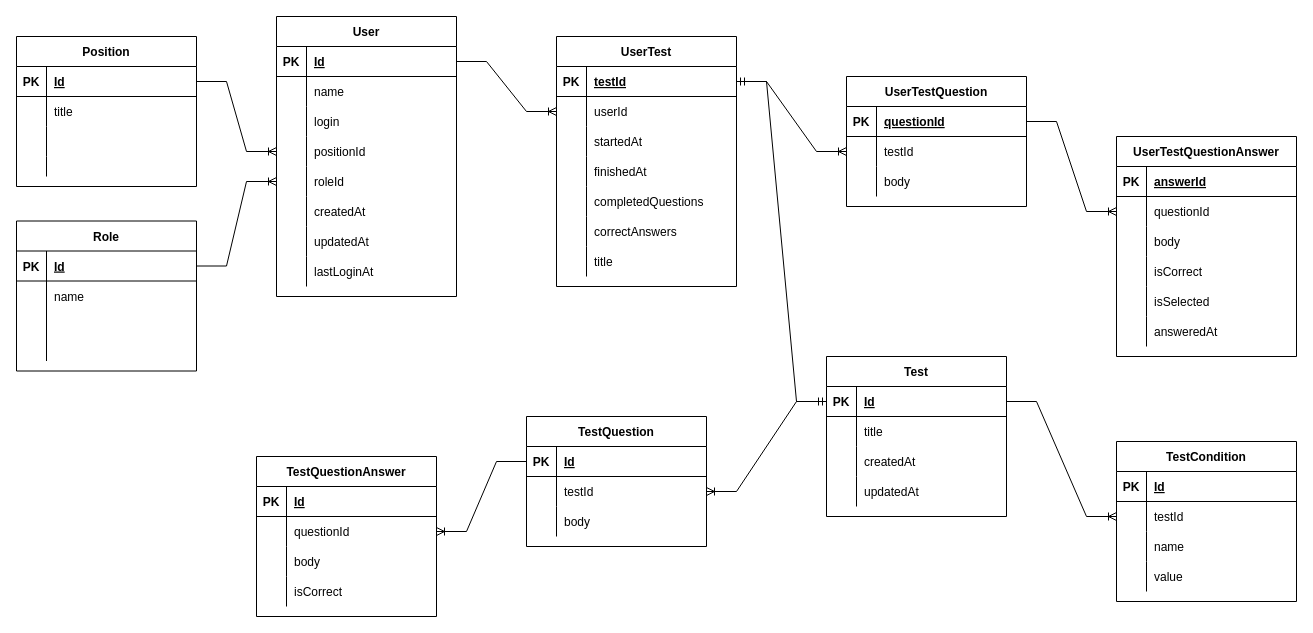
This is docs/database-scheme_v2.drawio from aleksey-pavlov/employee-testing-app, a draw.io file, before an edit. Source tidied: cells renumbered, new cells numbered last; positions are measured from the earlier drawing's top-left corner, leaving out a move shared by most shapes. Both pictures are drawn from the tidied source at 100%, with x=0, y=0 at pixel (16, 16).
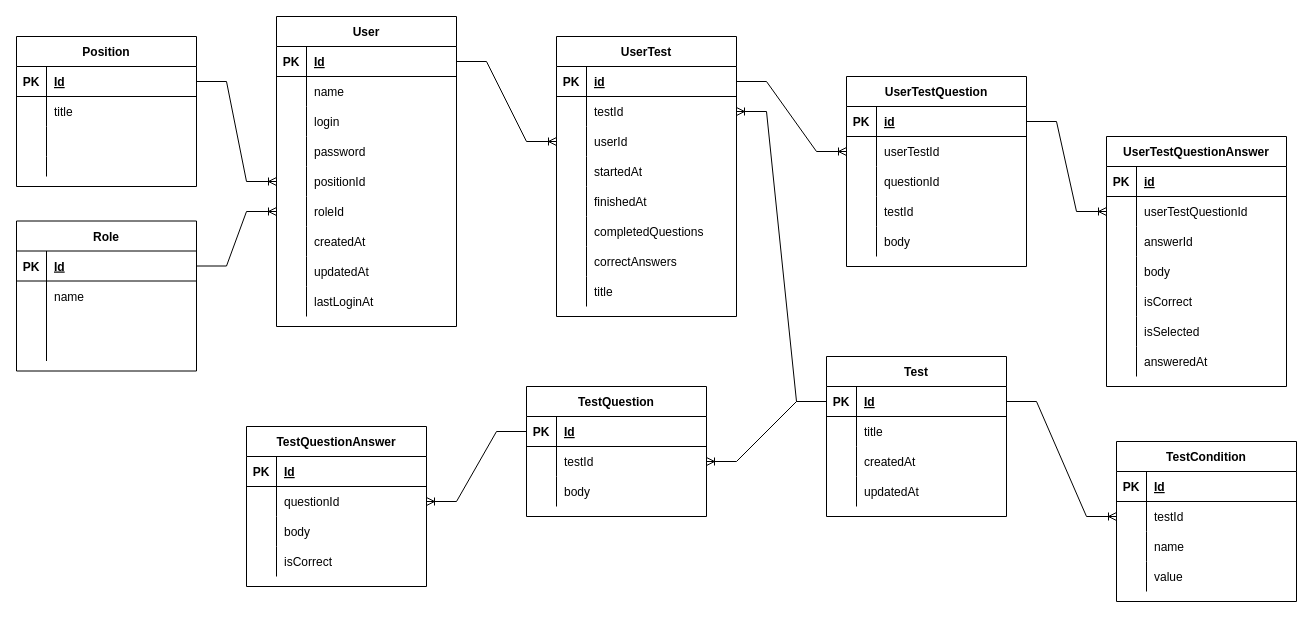
The same page after the edit.

Unchanged cells that the change refers to:
```xml
<mxCell id="56" style="shape=tableRow;horizontal=0;startSize=0;swimlaneHead=0;swimlaneBody=0;fillColor=none;points=[[0,0.5],[1,0.5]];portConstraint=eastwest;top=0;left=0;right=0;bottom=1;" parent="55" vertex="1">
  <mxGeometry y="30" width="180" height="30" as="geometry" />
</mxCell>
<mxCell id="108" style="shape=tableRow;horizontal=0;startSize=0;swimlaneHead=0;swimlaneBody=0;fillColor=none;points=[[0,0.5],[1,0.5]];portConstraint=eastwest;top=0;left=0;right=0;bottom=1;" parent="107" vertex="1">
  <mxGeometry y="30" width="180" height="30" as="geometry" />
</mxCell>
<mxCell id="131" style="shape=tableRow;horizontal=0;startSize=0;swimlaneHead=0;swimlaneBody=0;fillColor=none;top=0;left=0;right=0;bottom=1;" parent="130" vertex="1">
  <mxGeometry y="30" width="180" height="30" as="geometry" />
</mxCell>
<mxCell id="134" style="shape=tableRow;horizontal=0;startSize=0;swimlaneHead=0;swimlaneBody=0;fillColor=none;points=[[0,0.5],[1,0.5]];portConstraint=eastwest;top=0;left=0;right=0;bottom=0;" parent="130" vertex="1">
  <mxGeometry y="60" width="180" height="30" as="geometry" />
</mxCell>
<mxCell id="150" style="shape=tableRow;horizontal=0;startSize=0;swimlaneHead=0;swimlaneBody=0;fillColor=none;points=[[0,0.5],[1,0.5]];portConstraint=eastwest;top=0;left=0;right=0;bottom=1;" parent="149" vertex="1">
  <mxGeometry y="30" width="180" height="30" as="geometry" />
</mxCell>
```

The edit, as a diff of the source:
```diff
@@
     <mxCell id="28" value="User" style="shape=table;startSize=30;childLayout=tableLayout;rowLines=0;fontStyle=1;align=center;" parent="1" vertex="1">
-      <mxGeometry x="260" width="180" height="280" as="geometry" />
+      <mxGeometry x="260" width="180" height="310" as="geometry" />
     </mxCell>
@@
+    <mxCell id="162" style="shape=tableRow;horizontal=0;startSize=0;swimlaneHead=0;swimlaneBody=0;fillColor=none;top=0;left=0;right=0;bottom=0;" parent="28" vertex="1">
+      <mxGeometry y="120" width="180" height="30" as="geometry" />
+    </mxCell>
+    <mxCell id="163" style="shape=partialRectangle;fillColor=none;top=0;left=0;bottom=0;right=0;overflow=hidden;" parent="162" vertex="1">
+      <mxGeometry width="30" height="30" as="geometry" />
+    </mxCell>
+    <mxCell id="164" value="password" style="shape=partialRectangle;fillColor=none;top=0;left=0;bottom=0;right=0;align=left;spacingLeft=6;overflow=hidden;" parent="162" vertex="1">
+      <mxGeometry x="30" width="150" height="30" as="geometry" />
+    </mxCell>
     <mxCell id="38" style="shape=tableRow;horizontal=0;startSize=0;swimlaneHead=0;swimlaneBody=0;fillColor=none;points=[[0,0.5],[1,0.5]];portConstraint=eastwest;top=0;left=0;right=0;bottom=0;" parent="28" vertex="1">
-      <mxGeometry y="120" width="180" height="30" as="geometry" />
+      <mxGeometry y="150" width="180" height="30" as="geometry" />
     </mxCell>
@@
     <mxCell id="41" style="shape=tableRow;horizontal=0;startSize=0;swimlaneHead=0;swimlaneBody=0;fillColor=none;points=[[0,0.5],[1,0.5]];portConstraint=eastwest;top=0;left=0;right=0;bottom=0;" parent="28" vertex="1">
-      <mxGeometry y="150" width="180" height="30" as="geometry" />
+      <mxGeometry y="180" width="180" height="30" as="geometry" />
     </mxCell>
@@
     <mxCell id="44" style="shape=tableRow;horizontal=0;startSize=0;swimlaneHead=0;swimlaneBody=0;fillColor=none;top=0;left=0;right=0;bottom=0;" parent="28" vertex="1">
-      <mxGeometry y="180" width="180" height="30" as="geometry" />
+      <mxGeometry y="210" width="180" height="30" as="geometry" />
     </mxCell>
@@
     <mxCell id="47" style="shape=tableRow;horizontal=0;startSize=0;swimlaneHead=0;swimlaneBody=0;fillColor=none;top=0;left=0;right=0;bottom=0;" parent="28" vertex="1">
-      <mxGeometry y="210" width="180" height="30" as="geometry" />
+      <mxGeometry y="240" width="180" height="30" as="geometry" />
     </mxCell>
@@
     <mxCell id="50" style="shape=tableRow;horizontal=0;startSize=0;swimlaneHead=0;swimlaneBody=0;fillColor=none;top=0;left=0;right=0;bottom=0;" parent="28" vertex="1">
-      <mxGeometry y="240" width="180" height="30" as="geometry" />
+      <mxGeometry y="270" width="180" height="30" as="geometry" />
     </mxCell>
@@
     <mxCell id="68" value="TestQuestion" style="shape=table;startSize=30;childLayout=tableLayout;rowLines=0;fontStyle=1;align=center;" parent="1" vertex="1">
-      <mxGeometry x="510" y="400" width="180" height="130" as="geometry" />
+      <mxGeometry x="510" y="370" width="180" height="130" as="geometry" />
     </mxCell>
@@
     <mxCell id="78" value="TestQuestionAnswer" style="shape=table;startSize=30;childLayout=tableLayout;rowLines=0;fontStyle=1;align=center;" parent="1" vertex="1">
-      <mxGeometry x="240" y="440" width="180" height="160" as="geometry" />
+      <mxGeometry x="230" y="410" width="180" height="160" as="geometry" />
     </mxCell>
@@
     <mxCell id="107" value="UserTest" style="shape=table;startSize=30;childLayout=tableLayout;rowLines=0;fontStyle=1;align=center;" parent="1" vertex="1">
-      <mxGeometry x="540" y="20" width="180" height="250" as="geometry" />
+      <mxGeometry x="540" y="20" width="180" height="280" as="geometry" />
     </mxCell>
@@
-    <mxCell id="110" value="testId" style="shape=partialRectangle;fillColor=none;top=0;left=0;bottom=0;right=0;align=left;spacingLeft=6;fontStyle=5;overflow=hidden;" parent="108" vertex="1">
+    <mxCell id="110" value="id" style="shape=partialRectangle;fillColor=none;top=0;left=0;bottom=0;right=0;align=left;spacingLeft=6;fontStyle=5;overflow=hidden;" parent="108" vertex="1">
       <mxGeometry x="30" width="150" height="30" as="geometry" />
     </mxCell>
+    <mxCell id="165" style="shape=tableRow;horizontal=0;startSize=0;swimlaneHead=0;swimlaneBody=0;fillColor=none;points=[[0,0.5],[1,0.5]];portConstraint=eastwest;top=0;left=0;right=0;bottom=0;" parent="107" vertex="1">
+      <mxGeometry y="60" width="180" height="30" as="geometry" />
+    </mxCell>
+    <mxCell id="166" style="shape=partialRectangle;fillColor=none;top=0;left=0;bottom=0;right=0;overflow=hidden;" parent="165" vertex="1">
+      <mxGeometry width="30" height="30" as="geometry" />
+    </mxCell>
+    <mxCell id="167" value="testId" style="shape=partialRectangle;fillColor=none;top=0;left=0;bottom=0;right=0;align=left;spacingLeft=6;overflow=hidden;" parent="165" vertex="1">
+      <mxGeometry x="30" width="150" height="30" as="geometry" />
+    </mxCell>
     <mxCell id="111" style="shape=tableRow;horizontal=0;startSize=0;swimlaneHead=0;swimlaneBody=0;fillColor=none;points=[[0,0.5],[1,0.5]];portConstraint=eastwest;top=0;left=0;right=0;bottom=0;" parent="107" vertex="1">
-      <mxGeometry y="60" width="180" height="30" as="geometry" />
+      <mxGeometry y="90" width="180" height="30" as="geometry" />
     </mxCell>
@@
     <mxCell id="114" style="shape=tableRow;horizontal=0;startSize=0;swimlaneHead=0;swimlaneBody=0;fillColor=none;top=0;left=0;right=0;bottom=0;" parent="107" vertex="1">
-      <mxGeometry y="90" width="180" height="30" as="geometry" />
+      <mxGeometry y="120" width="180" height="30" as="geometry" />
     </mxCell>
@@
     <mxCell id="117" style="shape=tableRow;horizontal=0;startSize=0;swimlaneHead=0;swimlaneBody=0;fillColor=none;top=0;left=0;right=0;bottom=0;" parent="107" vertex="1">
-      <mxGeometry y="120" width="180" height="30" as="geometry" />
+      <mxGeometry y="150" width="180" height="30" as="geometry" />
     </mxCell>
@@
     <mxCell id="120" style="shape=tableRow;horizontal=0;startSize=0;swimlaneHead=0;swimlaneBody=0;fillColor=none;top=0;left=0;right=0;bottom=0;" parent="107" vertex="1">
-      <mxGeometry y="150" width="180" height="30" as="geometry" />
+      <mxGeometry y="180" width="180" height="30" as="geometry" />
     </mxCell>
@@
     <mxCell id="123" style="shape=tableRow;horizontal=0;startSize=0;swimlaneHead=0;swimlaneBody=0;fillColor=none;top=0;left=0;right=0;bottom=0;" parent="107" vertex="1">
-      <mxGeometry y="180" width="180" height="30" as="geometry" />
+      <mxGeometry y="210" width="180" height="30" as="geometry" />
     </mxCell>
@@
     <mxCell id="126" style="shape=tableRow;horizontal=0;startSize=0;swimlaneHead=0;swimlaneBody=0;fillColor=none;top=0;left=0;right=0;bottom=0;" parent="107" vertex="1">
-      <mxGeometry y="210" width="180" height="30" as="geometry" />
+      <mxGeometry y="240" width="180" height="30" as="geometry" />
     </mxCell>
@@
     <mxCell id="130" value="UserTestQuestionAnswer" style="shape=table;startSize=30;childLayout=tableLayout;rowLines=0;fontStyle=1;align=center;" parent="1" vertex="1">
-      <mxGeometry x="1100" y="120" width="180" height="220" as="geometry" />
+      <mxGeometry x="1090" y="120" width="180" height="250" as="geometry" />
     </mxCell>
@@
-    <mxCell id="133" value="answerId" style="shape=partialRectangle;fillColor=none;top=0;left=0;bottom=0;right=0;align=left;spacingLeft=6;fontStyle=5;overflow=hidden;" parent="131" vertex="1">
+    <mxCell id="133" value="id" style="shape=partialRectangle;fillColor=none;top=0;left=0;bottom=0;right=0;align=left;spacingLeft=6;fontStyle=5;overflow=hidden;" parent="131" vertex="1">
       <mxGeometry x="30" width="150" height="30" as="geometry" />
     </mxCell>
@@
-    <mxCell id="136" value="questionId" style="shape=partialRectangle;fillColor=none;top=0;left=0;bottom=0;right=0;align=left;spacingLeft=6;overflow=hidden;" parent="134" vertex="1">
+    <mxCell id="136" value="userTestQuestionId" style="shape=partialRectangle;fillColor=none;top=0;left=0;bottom=0;right=0;align=left;spacingLeft=6;overflow=hidden;" parent="134" vertex="1">
       <mxGeometry x="30" width="150" height="30" as="geometry" />
     </mxCell>
+    <mxCell id="168" style="shape=tableRow;horizontal=0;startSize=0;swimlaneHead=0;swimlaneBody=0;fillColor=none;top=0;left=0;right=0;bottom=0;" parent="130" vertex="1">
+      <mxGeometry y="90" width="180" height="30" as="geometry" />
+    </mxCell>
+    <mxCell id="169" style="shape=partialRectangle;fillColor=none;top=0;left=0;bottom=0;right=0;overflow=hidden;" parent="168" vertex="1">
+      <mxGeometry width="30" height="30" as="geometry" />
+    </mxCell>
+    <mxCell id="170" value="answerId" style="shape=partialRectangle;fillColor=none;top=0;left=0;bottom=0;right=0;align=left;spacingLeft=6;overflow=hidden;" parent="168" vertex="1">
+      <mxGeometry x="30" width="150" height="30" as="geometry" />
+    </mxCell>
     <mxCell id="137" style="shape=tableRow;horizontal=0;startSize=0;swimlaneHead=0;swimlaneBody=0;fillColor=none;top=0;left=0;right=0;bottom=0;" parent="130" vertex="1">
-      <mxGeometry y="90" width="180" height="30" as="geometry" />
+      <mxGeometry y="120" width="180" height="30" as="geometry" />
     </mxCell>
@@
     <mxCell id="140" style="shape=tableRow;horizontal=0;startSize=0;swimlaneHead=0;swimlaneBody=0;fillColor=none;top=0;left=0;right=0;bottom=0;" parent="130" vertex="1">
-      <mxGeometry y="120" width="180" height="30" as="geometry" />
+      <mxGeometry y="150" width="180" height="30" as="geometry" />
     </mxCell>
@@
     <mxCell id="143" style="shape=tableRow;horizontal=0;startSize=0;swimlaneHead=0;swimlaneBody=0;fillColor=none;top=0;left=0;right=0;bottom=0;" parent="130" vertex="1">
-      <mxGeometry y="150" width="180" height="30" as="geometry" />
+      <mxGeometry y="180" width="180" height="30" as="geometry" />
     </mxCell>
@@
     <mxCell id="146" style="shape=tableRow;horizontal=0;startSize=0;swimlaneHead=0;swimlaneBody=0;fillColor=none;top=0;left=0;right=0;bottom=0;" parent="130" vertex="1">
-      <mxGeometry y="180" width="180" height="30" as="geometry" />
+      <mxGeometry y="210" width="180" height="30" as="geometry" />
     </mxCell>
@@
     <mxCell id="149" value="UserTestQuestion" style="shape=table;startSize=30;childLayout=tableLayout;rowLines=0;fontStyle=1;align=center;" parent="1" vertex="1">
-      <mxGeometry x="830" y="60" width="180" height="130" as="geometry" />
+      <mxGeometry x="830" y="60" width="180" height="190" as="geometry" />
     </mxCell>
@@
-    <mxCell id="152" value="questionId" style="shape=partialRectangle;fillColor=none;top=0;left=0;bottom=0;right=0;align=left;spacingLeft=6;fontStyle=5;overflow=hidden;" parent="150" vertex="1">
+    <mxCell id="152" value="id" style="shape=partialRectangle;fillColor=none;top=0;left=0;bottom=0;right=0;align=left;spacingLeft=6;fontStyle=5;overflow=hidden;" parent="150" vertex="1">
       <mxGeometry x="30" width="150" height="30" as="geometry" />
     </mxCell>
+    <mxCell id="171" style="shape=tableRow;horizontal=0;startSize=0;swimlaneHead=0;swimlaneBody=0;fillColor=none;points=[[0,0.5],[1,0.5]];portConstraint=eastwest;top=0;left=0;right=0;bottom=0;" parent="149" vertex="1">
+      <mxGeometry y="60" width="180" height="30" as="geometry" />
+    </mxCell>
+    <mxCell id="172" style="shape=partialRectangle;fillColor=none;top=0;left=0;bottom=0;right=0;overflow=hidden;" parent="171" vertex="1">
+      <mxGeometry width="30" height="30" as="geometry" />
+    </mxCell>
+    <mxCell id="173" value="userTestId" style="shape=partialRectangle;fillColor=none;top=0;left=0;bottom=0;right=0;align=left;spacingLeft=6;overflow=hidden;" parent="171" vertex="1">
+      <mxGeometry x="30" width="150" height="30" as="geometry" />
+    </mxCell>
+    <mxCell id="174" style="shape=tableRow;horizontal=0;startSize=0;swimlaneHead=0;swimlaneBody=0;fillColor=none;top=0;left=0;right=0;bottom=0;" parent="149" vertex="1">
+      <mxGeometry y="90" width="180" height="30" as="geometry" />
+    </mxCell>
+    <mxCell id="175" style="shape=partialRectangle;fillColor=none;top=0;left=0;bottom=0;right=0;overflow=hidden;" parent="174" vertex="1">
+      <mxGeometry width="30" height="30" as="geometry" />
+    </mxCell>
+    <mxCell id="176" value="questionId" style="shape=partialRectangle;fillColor=none;top=0;left=0;bottom=0;right=0;align=left;spacingLeft=6;overflow=hidden;" parent="174" vertex="1">
+      <mxGeometry x="30" width="150" height="30" as="geometry" />
+    </mxCell>
     <mxCell id="153" style="shape=tableRow;horizontal=0;startSize=0;swimlaneHead=0;swimlaneBody=0;fillColor=none;points=[[0,0.5],[1,0.5]];portConstraint=eastwest;top=0;left=0;right=0;bottom=0;" parent="149" vertex="1">
-      <mxGeometry y="60" width="180" height="30" as="geometry" />
+      <mxGeometry y="120" width="180" height="30" as="geometry" />
     </mxCell>
@@
     <mxCell id="156" style="shape=tableRow;horizontal=0;startSize=0;swimlaneHead=0;swimlaneBody=0;fillColor=none;top=0;left=0;right=0;bottom=0;" parent="149" vertex="1">
-      <mxGeometry y="90" width="180" height="30" as="geometry" />
+      <mxGeometry y="150" width="180" height="30" as="geometry" />
     </mxCell>
@@
-    <mxCell id="159" style="edgeStyle=entityRelationEdgeStyle;fontSize=12;html=1;endArrow=ERoneToMany;rounded=0;exitX=1;exitY=0.5;exitDx=0;exitDy=0;entryX=0;entryY=0.5;entryDx=0;entryDy=0;" parent="1" edge="1" source="108" target="153">
+    <mxCell id="159" style="edgeStyle=entityRelationEdgeStyle;fontSize=12;html=1;endArrow=ERoneToMany;rounded=0;exitX=1;exitY=0.5;exitDx=0;exitDy=0;entryX=0;entryY=0.5;entryDx=0;entryDy=0;" parent="1" edge="1" source="108" target="171">
       <mxGeometry relative="1" as="geometry" />
     </mxCell>
@@
-    <mxCell id="161" style="edgeStyle=entityRelationEdgeStyle;fontSize=12;html=1;endArrow=ERmandOne;startArrow=ERmandOne;rounded=0;entryX=0;entryY=0.5;entryDx=0;entryDy=0;exitX=1;exitY=0.5;exitDx=0;exitDy=0;" parent="1" edge="1" source="108" target="56">
-      <mxGeometry relative="1" as="geometry" />
-    </mxCell>
+    <mxCell id="177" style="edgeStyle=entityRelationEdgeStyle;fontSize=12;html=1;endArrow=ERoneToMany;rounded=0;exitX=0;exitY=0.5;exitDx=0;exitDy=0;" parent="1" edge="1" source="56" target="165">
+      <mxGeometry relative="1" as="geometry" />
+    </mxCell>
```
